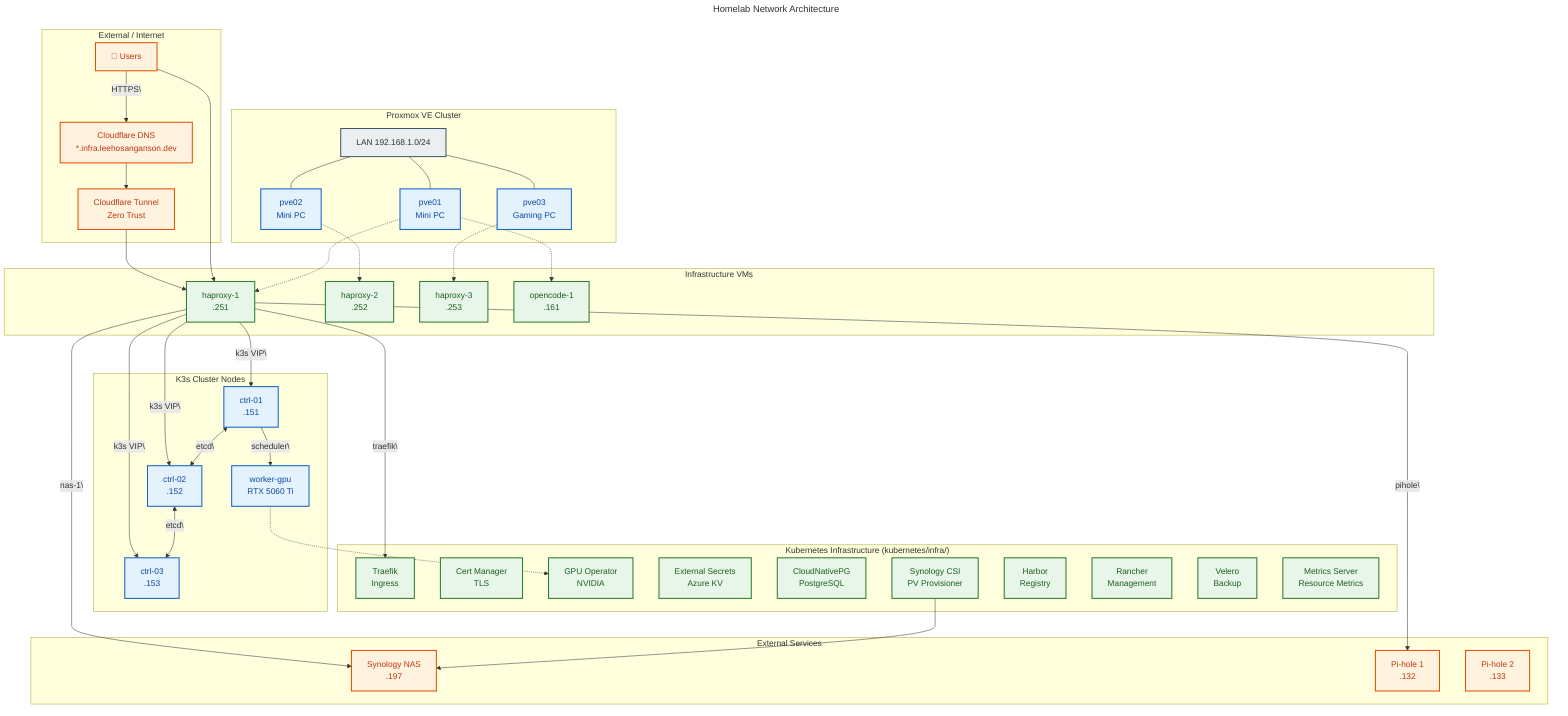
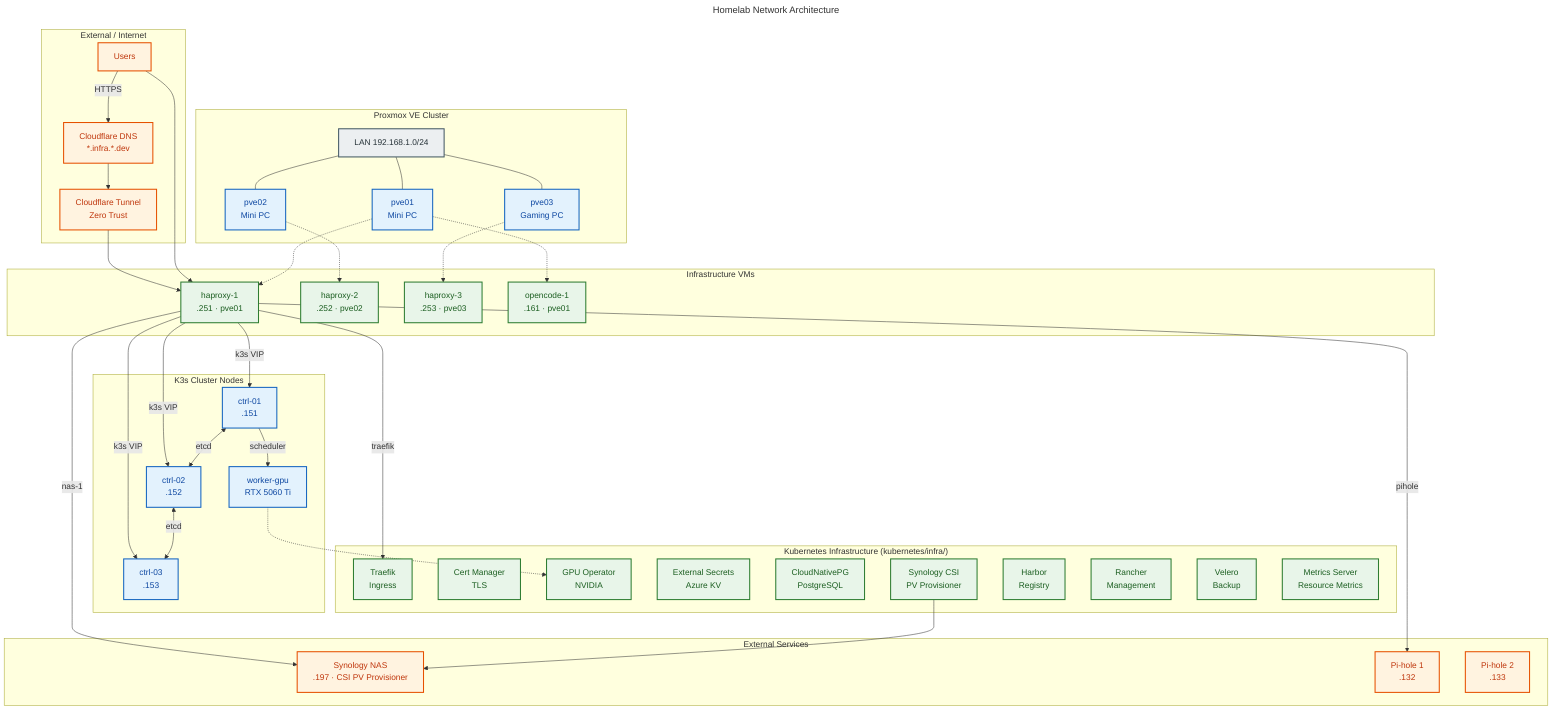
---
title: "Homelab Network Architecture"
description: "Infrastructure topology showing Proxmox → K3s cluster → Kubernetes services"
---

flowchart TD
-     %% ============================================
-     %% EXTERNAL LAYER
-     %% ============================================
    subgraph External["External / Internet"]
-         USER["👤 Users"]:::ext
-         CF_DNS["Cloudflare DNS\n*.infra.leehosanganson.dev"]:::ext
+         USER["Users"]:::ext
+         CF_DNS["Cloudflare DNS\n*.infra.*.dev"]:::ext
        CF_TUNNEL["Cloudflare Tunnel\nZero Trust"]:::ext
    end

-     %% ============================================
-     %% PHYSICAL LAYER - Proxmox Cluster
-     %% ============================================
    subgraph Physical["Proxmox VE Cluster"]
        LAN["LAN 192.168.1.0/24"]:::phy
        PVE01["pve01\nMini PC"]:::vm
        PVE02["pve02\nMini PC"]:::vm
        PVE03["pve03\nGaming PC"]:::vm
    end

-     %% ============================================
-     %% PROXMOX VMs - Infrastructure
-     %% ============================================
    subgraph InfraVMs["Infrastructure VMs"]
-         HAP1["haproxy-1\n.251"]:::svc
-         HAP2["haproxy-2\n.252"]:::svc
-         HAP3["haproxy-3\n.253"]:::svc
-         OPN1["opencode-1\n.161"]:::svc
+         HAP1["haproxy-1\n.251 · pve01"]:::svc
+         HAP2["haproxy-2\n.252 · pve02"]:::svc
+         HAP3["haproxy-3\n.253 · pve03"]:::svc
+         OPN1["opencode-1\n.161 · pve01"]:::svc
    end

-     %% ============================================
-     %% K3S CLUSTER - Host Nodes
-     %% ============================================
    subgraph K3sNodes["K3s Cluster Nodes"]
        CTRL01["ctrl-01\n.151"]:::vm
        CTRL02["ctrl-02\n.152"]:::vm
        CTRL03["ctrl-03\n.153"]:::vm
        GWORKER["worker-gpu\nRTX 5060 Ti"]:::vm
    end

-     %% ============================================
-     %% K8s INFRASTRUCTURE SERVICES
-     %% ============================================
    subgraph K8sInfra["Kubernetes Infrastructure (kubernetes/infra/)"]
        INF1["Traefik\nIngress"]:::svc
        INF2["Cert Manager\nTLS"]:::svc
        INF3["GPU Operator\nNVIDIA"]:::svc
        INF4["External Secrets\nAzure KV"]:::svc
        INF5["CloudNativePG\nPostgreSQL"]:::svc
        INF6["Synology CSI\nPV Provisioner"]:::svc
        INF7["Harbor\nRegistry"]:::svc
        INF8["Rancher\nManagement"]:::svc
        INF9["Velero\nBackup"]:::svc
        INF10["Metrics Server\nResource Metrics"]:::svc
    end

-     %% ============================================
-     %% EXTERNAL SERVICES (non-managed)
-     %% ============================================
    subgraph ExtServices["External Services"]
-         SYN["Synology NAS\n.197"]:::ext
+         SYN["Synology NAS\n.197 · CSI PV Provisioner"]:::ext
        PIH1["Pi-hole 1\n.132"]:::ext
        PIH2["Pi-hole 2\n.133"]:::ext
    end

-     %% ============================================
-     %% CONNECTIONS - Topology
-     %% ============================================
-     USER -->|"HTTPS"\| CF_DNS
+     USER -->|"HTTPS"| CF_DNS
    CF_DNS --> CF_TUNNEL
    CF_TUNNEL --> HAP1
    USER --> HAP1

-     HAP1 -->|"k3s VIP"\| CTRL01
-     HAP1 -->|"k3s VIP"\| CTRL02
-     HAP1 -->|"k3s VIP"\| CTRL03
-     HAP1 -->|"nas-1"\| SYN
-     HAP1 -->|"pihole"\| PIH1
+     HAP1 -->|"k3s VIP"| CTRL01
+     HAP1 -->|"k3s VIP"| CTRL02
+     HAP1 -->|"k3s VIP"| CTRL03
+     HAP1 -->|"nas-1"| SYN
+     HAP1 -->|"pihole"| PIH1

    LAN --- PVE01
    LAN --- PVE02
    LAN --- PVE03
    PVE01 -.-> HAP1
    PVE01 -.-> OPN1
    PVE02 -.-> HAP2
    PVE03 -.-> HAP3

-     CTRL01 <-->|"etcd"\| CTRL02
-     CTRL02 <-->|"etcd"\| CTRL03
-     CTRL01 -->|"scheduler"\| GWORKER
+     CTRL01 <-->|"etcd"| CTRL02
+     CTRL02 <-->|"etcd"| CTRL03
+     CTRL01 -->|"scheduler"| GWORKER

-     HAP1 -->|"traefik"\| INF1
+     HAP1 -->|"traefik"| INF1
    INF6 --> SYN
- 
    GWORKER -.-> INF3

-     %% ============================================
-     %% STYLES
-     %% ============================================
    classDef vm fill:#e3f2fd,stroke:#1565c0,stroke-width:2px,color:#0d47a1;
    classDef svc fill:#e8f5e9,stroke:#2e7d32,stroke-width:2px,color:#1b5e20;
    classDef ext fill:#fff3e0,stroke:#e65100,stroke-width:2px,color:#bf360c;
    classDef phy fill:#eceff1,stroke:#455a64,stroke-width:2px,color:#263238;
